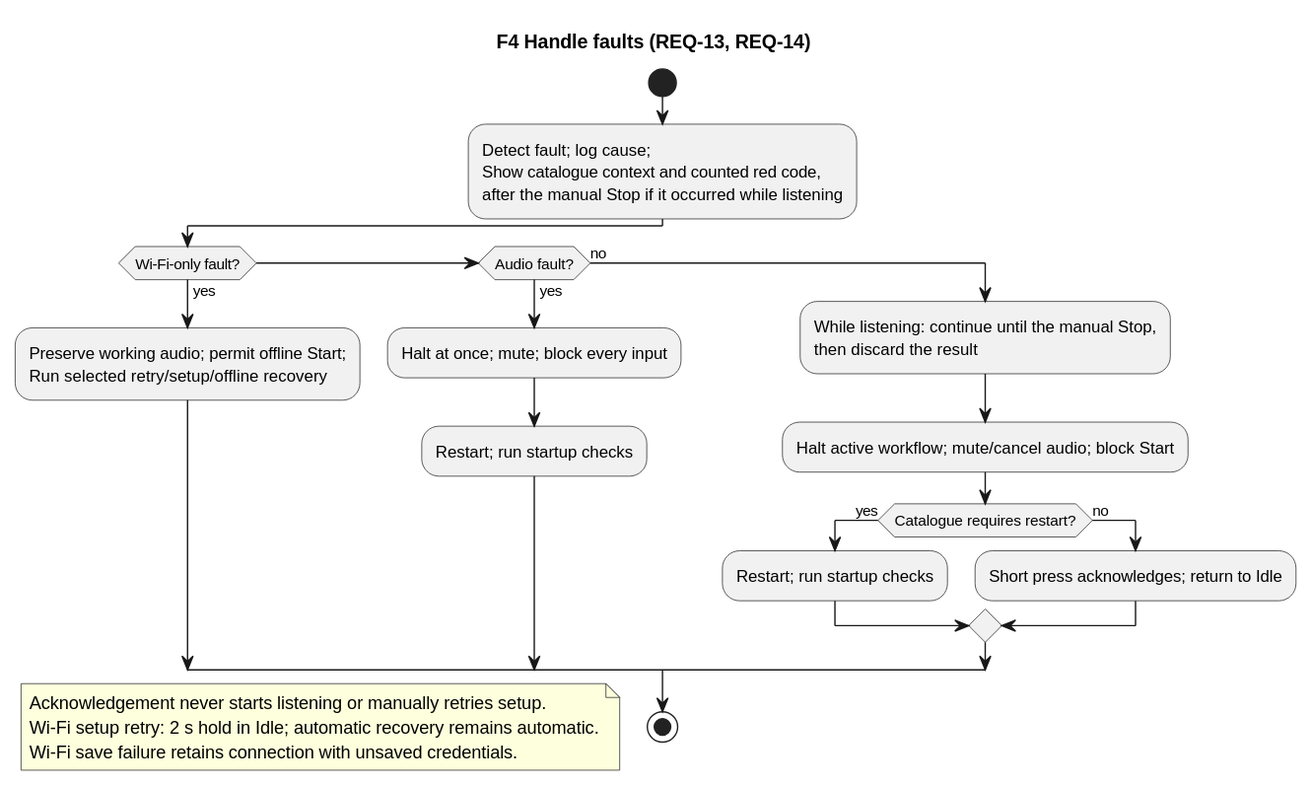
The PlantUML diagram Development/system/requirements/use-cases/rendered/uc_04_faults.svg in DemonicPsychoII/DigitalStethoscope, before a commit.
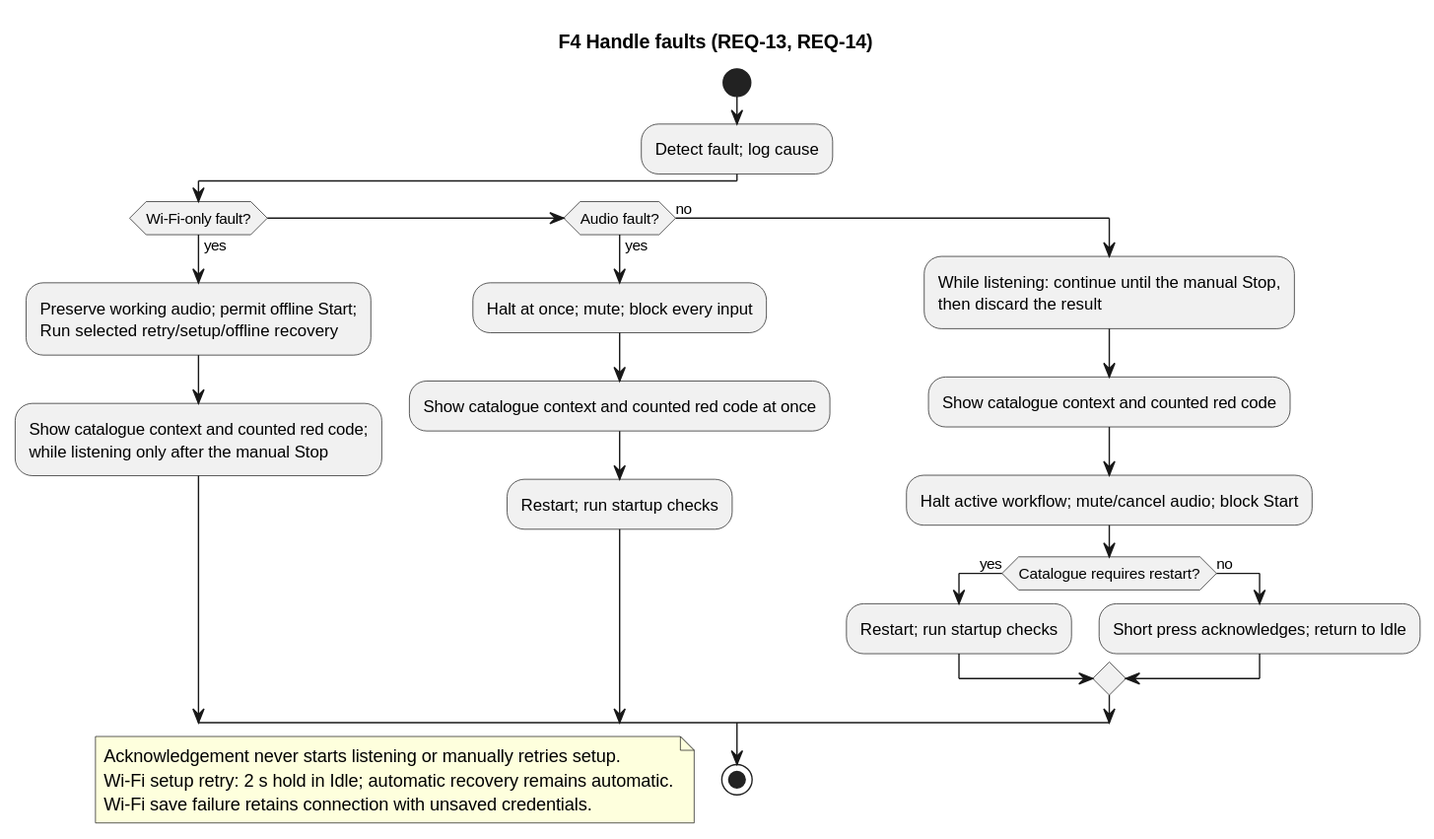
The same file after the commit.

Commit message:
documentation: show audio faults at once, defer a BPM worker stall and verify the discarded result and the full input block

The edit, as a diff of the source:
```diff
@@ -3,14 +3,17 @@
 skinparam defaultFontName SansSerif
 title F4 Handle faults (REQ-13, REQ-14)
 start
-:Detect fault; log cause;\nShow catalogue context and counted red code,\nafter the manual Stop if it occurred while listening;
+:Detect fault; log cause;
 if (Wi-Fi-only fault?) then (yes)
  :Preserve working audio; permit offline Start;\nRun selected retry/setup/offline recovery;
+ :Show catalogue context and counted red code;\nwhile listening only after the manual Stop;
 elseif (Audio fault?) then (yes)
  :Halt at once; mute; block every input;
+ :Show catalogue context and counted red code at once;
  :Restart; run startup checks;
 else (no)
  :While listening: continue until the manual Stop,\nthen discard the result;
+ :Show catalogue context and counted red code;
  :Halt active workflow; mute/cancel audio; block Start;
  if (Catalogue requires restart?) then (yes)
   :Restart; run startup checks;
```
